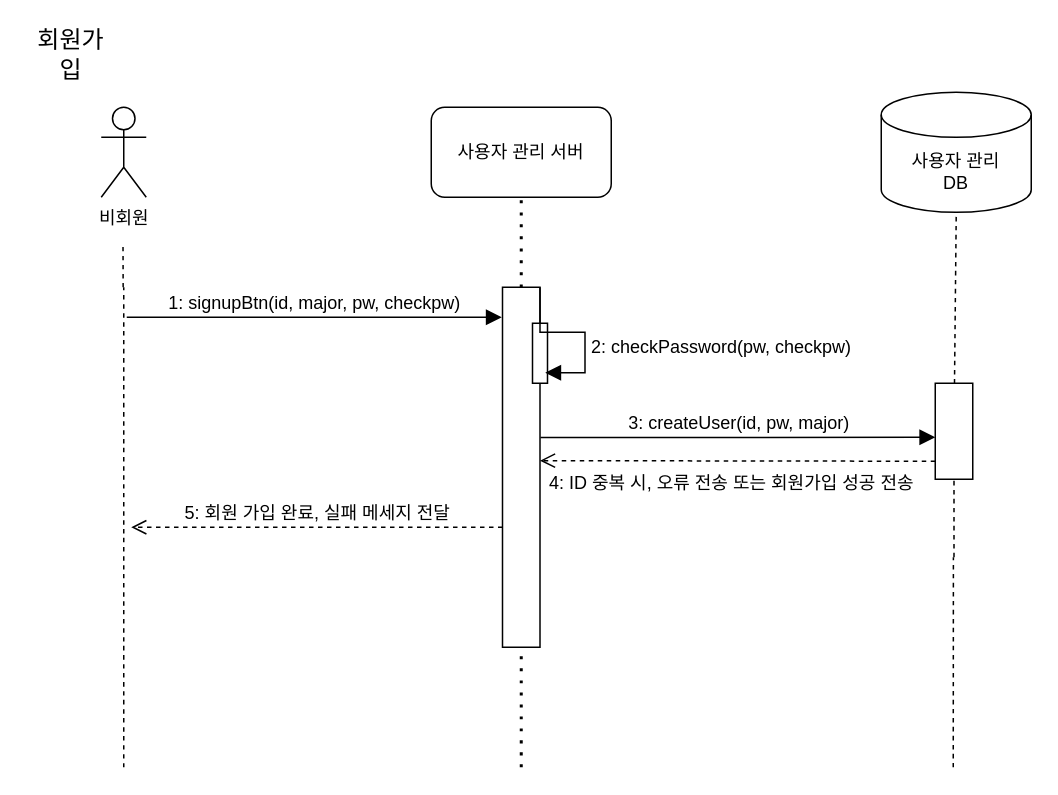
Earlier version of the draw.io diagram page "회원가입" (1 of 7) of squenceDiagram.drawio (cherror/placeK). Source tidied: cells renumbered, new cells numbered last; positions are measured from the earlier drawing's top-left corner, leaving out a move shared by most shapes. Both pictures are drawn from the tidied source at 150%, with x=0, y=0 at pixel (26, 32).
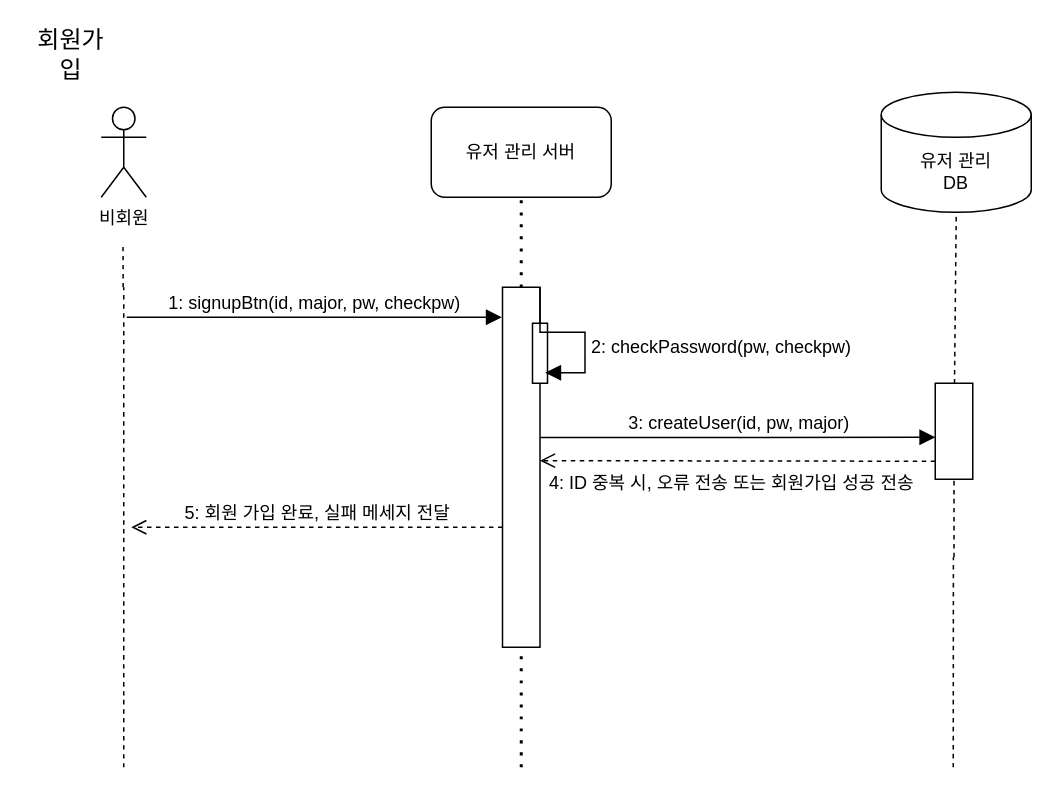
The same page after the edit.

The edit, as a diff of the source:
```diff
@@
-    <mxCell id="5" value="사용자 관리 서버" style="rounded=1;whiteSpace=wrap;html=1;" parent="1" vertex="1">
+    <mxCell id="5" value="유저 관리 서버" style="rounded=1;whiteSpace=wrap;html=1;" parent="1" vertex="1">
       <mxGeometry x="270" y="50" width="120" height="60" as="geometry" />
     </mxCell>
-    <mxCell id="6" value="사용자 관리&lt;div&gt;DB&lt;/div&gt;" style="shape=cylinder3;whiteSpace=wrap;html=1;boundedLbl=1;backgroundOutline=1;size=15;" parent="1" vertex="1">
+    <mxCell id="6" value="유저 관리&lt;div&gt;DB&lt;/div&gt;" style="shape=cylinder3;whiteSpace=wrap;html=1;boundedLbl=1;backgroundOutline=1;size=15;" parent="1" vertex="1">
       <mxGeometry x="570" y="40" width="100" height="80" as="geometry" />
     </mxCell>
```
